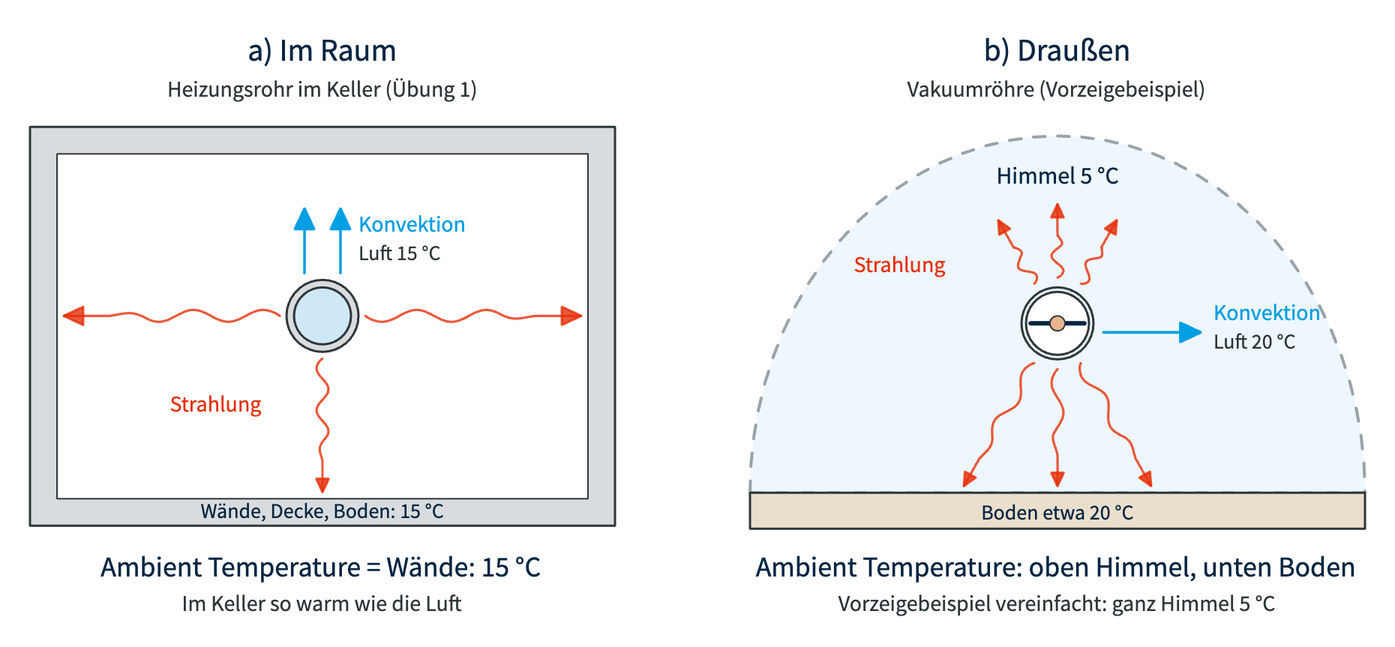
This is docs/P2_Randbedingungen/images/p2_ambient.excalidraw.png from prof-schoenfelder-lab/Thermische-Analyse, a Excalidraw export, as it was before one commit. Source tidied: one line per element, renumbered; positions are measured from the earlier drawing's top-left corner, leaving out a move shared by most shapes.
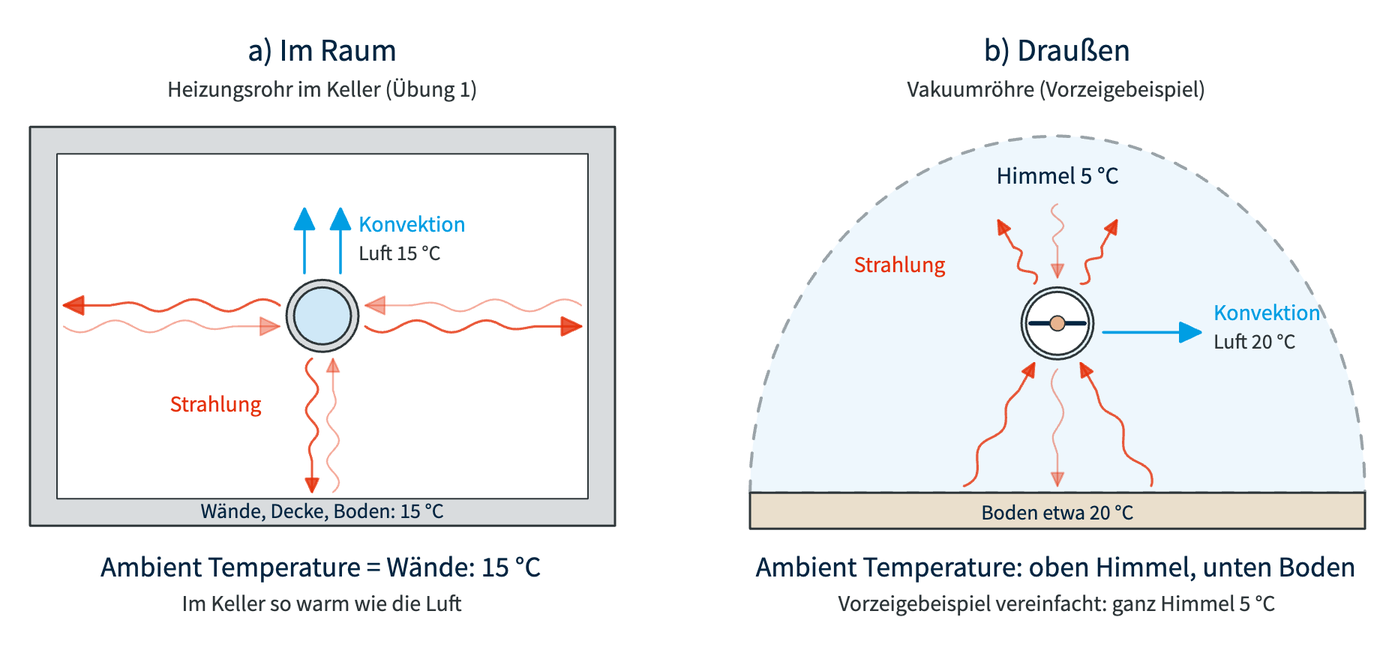
The same diagram one commit later.

What changed in the source:
```diff
@@ -1,39 +1,42 @@
 {"id": 0, "type": "text", "text": "a) Im Raum", "strokeColor": "#022541", "strokeWidth": 2, "roughness": 0, "fontSize": 21, "fontFamily": 4, "x": 145, "y": 0, "width": 100, "height": 26}
 {"id": 1, "type": "text", "text": "Heizungsrohr im Keller (Übung 1)", "strokeColor": "#2E3639", "strokeWidth": 2, "roughness": 0, "fontSize": 15, "fontFamily": 4, "x": 91, "y": 30, "width": 207, "height": 19}
-{"id": 2, "type": "rectangle", "strokeColor": "#2E3639", "backgroundColor": "#d9dcde", "fillStyle": "solid", "strokeWidth": 1.5, "roughness": 0, "x": 0, "y": 65, "width": 390, "height": 266}
-{"id": 3, "type": "rectangle", "strokeColor": "#2E3639", "backgroundColor": "#ffffff", "fillStyle": "solid", "strokeWidth": 1, "roughness": 0, "x": 18, "y": 83, "width": 354, "height": 230}
-{"id": 4, "type": "ellipse", "strokeColor": "#2E3639", "backgroundColor": "#d9dcde", "fillStyle": "solid", "strokeWidth": 1.5, "roughness": 0, "x": 171, "y": 167, "width": 48, "height": 48}
-{"id": 5, "type": "ellipse", "strokeColor": "#2E3639", "backgroundColor": "#cfe8f7", "fillStyle": "solid", "strokeWidth": 1.5, "roughness": 0, "x": 176, "y": 172, "width": 38, "height": 38}
-{"id": 6, "type": "arrow", "strokeColor": "#E53009", "strokeWidth": 1.6, "roughness": 0, "opacity": 80, "endArrowhead": "triangle", "round": true, "x": 166, "y": 191, "width": 145, "height": 8, "points": [[0, 0], [-2, -2], [-5, -3], [-8, -4], [-11, -4], [-14, -4], [-17, -3], [-20, -2], [-23, 0], [-26, 2], [-28, 3], [-31, 4], [-34, 4], [-37, 4], [-40, 3], [-43, 2], [-46, 0], [-49, -2], [-52, -3], [-55, -4], [-58, -4], [-60, -4], [-63, -3], [-66, -2], [-69, 0], [-72, 2], [-75, 3], [-78, 4], [-81, 4], [-84, 4], [-86, 3], [-89, 1], [-92, 0], [-95, -1], [-98, -2], [-101, -2], [-104, -2], [-107, -1], [-110, -1], [-113, 0], [-116, 0], [-144, 0]]}
-{"id": 7, "type": "arrow", "strokeColor": "#E53009", "strokeWidth": 1.6, "roughness": 0, "opacity": 80, "endArrowhead": "triangle", "round": true, "x": 224, "y": 191, "width": 145, "height": 8, "points": [[0, 0], [2, 2], [5, 3], [8, 4], [11, 4], [14, 4], [17, 3], [20, 2], [23, 0], [26, -2], [28, -3], [31, -4], [34, -4], [37, -4], [40, -3], [43, -2], [46, 0], [49, 2], [52, 3], [55, 4], [58, 4], [60, 4], [63, 3], [66, 2], [69, 0], [72, -2], [75, -3], [78, -4], [81, -4], [84, -4], [86, -3], [89, -1], [92, 0], [95, 1], [98, 2], [101, 2], [104, 2], [107, 1], [110, 1], [113, 0], [116, 0], [144, 0]]}
-{"id": 8, "type": "arrow", "strokeColor": "#E53009", "strokeWidth": 1.6, "roughness": 0, "opacity": 80, "endArrowhead": "triangle", "round": true, "x": 195, "y": 219, "width": 8, "height": 90, "points": [[0, 0], [-2, 1], [-3, 3], [-4, 5], [-4, 6], [-4, 8], [-3, 10], [-2, 12], [0, 14], [2, 15], [3, 17], [4, 19], [4, 20], [4, 22], [3, 24], [2, 26], [0, 28], [-2, 29], [-3, 31], [-4, 33], [-4, 34], [-4, 36], [-3, 38], [-2, 40], [0, 42], [2, 43], [3, 45], [4, 47], [4, 48], [4, 50], [3, 52], [1, 54], [0, 56], [-1, 57], [-2, 59], [-2, 61], [-2, 62], [-1, 64], [-1, 66], [0, 68], [0, 70], [0, 89]]}
-{"id": 9, "type": "arrow", "strokeColor": "#009EE3", "strokeWidth": 1.8, "roughness": 0, "endArrowhead": "triangle", "x": 183, "y": 162, "width": 0, "height": 44, "points": [[0, 0], [0, -43]]}
-{"id": 10, "type": "arrow", "strokeColor": "#009EE3", "strokeWidth": 1.8, "roughness": 0, "endArrowhead": "triangle", "x": 207, "y": 162, "width": 0, "height": 44, "points": [[0, 0], [0, -43]]}
-{"id": 11, "type": "text", "text": "Konvektion", "strokeColor": "#009EE3", "strokeWidth": 2, "roughness": 0, "fontSize": 15, "fontFamily": 4, "x": 219, "y": 120, "width": 72, "height": 19}
+{"id": 39, "type": "rectangle", "strokeColor": "#2E3639", "backgroundColor": "#d9dcde", "fillStyle": "solid", "strokeWidth": 1.5, "roughness": 0, "x": 0, "y": 65, "width": 390, "height": 266}
+{"id": 40, "type": "rectangle", "strokeColor": "#2E3639", "backgroundColor": "#ffffff", "fillStyle": "solid", "strokeWidth": 1, "roughness": 0, "x": 18, "y": 83, "width": 354, "height": 230}
+{"id": 41, "type": "ellipse", "strokeColor": "#2E3639", "backgroundColor": "#d9dcde", "fillStyle": "solid", "strokeWidth": 1.5, "roughness": 0, "x": 171, "y": 167, "width": 48, "height": 48}
+{"id": 42, "type": "ellipse", "strokeColor": "#2E3639", "backgroundColor": "#cfe8f7", "fillStyle": "solid", "strokeWidth": 1.5, "roughness": 0, "x": 176, "y": 172, "width": 38, "height": 38}
+{"id": 43, "type": "arrow", "strokeColor": "#E53009", "strokeWidth": 1.6, "roughness": 0, "opacity": 80, "endArrowhead": "triangle", "round": true, "x": 166, "y": 184, "width": 145, "height": 8, "points": [[0, 0], [-2, -2], [-5, -3], [-8, -4], [-11, -4], [-14, -4], [-17, -3], [-20, -2], [-23, 0], [-26, 2], [-28, 3], [-31, 4], [-34, 4], [-37, 4], [-40, 3], [-43, 2], [-46, 0], [-49, -2], [-52, -3], [-55, -4], [-58, -4], [-60, -4], [-63, -3], [-66, -2], [-69, 0], [-72, 2], [-75, 3], [-78, 4], [-81, 4], [-84, 4], [-86, 3], [-89, 1], [-92, 0], [-95, -1], [-98, -2], [-101, -2], [-104, -2], [-107, -1], [-110, -1], [-113, 0], [-116, 0], [-144, 0]]}
+{"id": 44, "type": "arrow", "strokeColor": "#E53009", "strokeWidth": 1.2, "roughness": 0, "opacity": 40, "endArrowhead": "triangle", "round": true, "x": 22, "y": 198, "width": 145, "height": 8, "points": [[0, 0], [2, 2], [5, 3], [8, 4], [11, 4], [14, 4], [17, 3], [20, 2], [23, 0], [26, -2], [28, -3], [31, -4], [34, -4], [37, -4], [40, -3], [43, -2], [46, 0], [49, 2], [52, 3], [55, 4], [58, 4], [60, 4], [63, 3], [66, 2], [69, 0], [72, -2], [75, -3], [78, -4], [81, -4], [84, -4], [86, -3], [89, -1], [92, 0], [95, 1], [98, 2], [101, 2], [104, 2], [107, 1], [110, 1], [113, 0], [116, 0], [144, 0]]}
+{"id": 45, "type": "arrow", "strokeColor": "#E53009", "strokeWidth": 1.6, "roughness": 0, "opacity": 80, "endArrowhead": "triangle", "round": true, "x": 224, "y": 198, "width": 145, "height": 8, "points": [[0, 0], [2, 2], [5, 3], [8, 4], [11, 4], [14, 4], [17, 3], [20, 2], [23, 0], [26, -2], [28, -3], [31, -4], [34, -4], [37, -4], [40, -3], [43, -2], [46, 0], [49, 2], [52, 3], [55, 4], [58, 4], [60, 4], [63, 3], [66, 2], [69, 0], [72, -2], [75, -3], [78, -4], [81, -4], [84, -4], [86, -3], [89, -1], [92, 0], [95, 1], [98, 2], [101, 2], [104, 2], [107, 1], [110, 1], [113, 0], [116, 0], [144, 0]]}
+{"id": 46, "type": "arrow", "strokeColor": "#E53009", "strokeWidth": 1.2, "roughness": 0, "opacity": 40, "endArrowhead": "triangle", "round": true, "x": 368, "y": 184, "width": 145, "height": 8, "points": [[0, 0], [-2, -2], [-5, -3], [-8, -4], [-11, -4], [-14, -4], [-17, -3], [-20, -2], [-23, 0], [-26, 2], [-28, 3], [-31, 4], [-34, 4], [-37, 4], [-40, 3], [-43, 2], [-46, 0], [-49, -2], [-52, -3], [-55, -4], [-58, -4], [-60, -4], [-63, -3], [-66, -2], [-69, 0], [-72, 2], [-75, 3], [-78, 4], [-81, 4], [-84, 4], [-86, 3], [-89, 1], [-92, 0], [-95, -1], [-98, -2], [-101, -2], [-104, -2], [-107, -1], [-110, -1], [-113, 0], [-116, 0], [-144, 0]]}
+{"id": 47, "type": "arrow", "strokeColor": "#E53009", "strokeWidth": 1.6, "roughness": 0, "opacity": 80, "endArrowhead": "triangle", "round": true, "x": 188, "y": 219, "width": 8, "height": 90, "points": [[0, 0], [-2, 1], [-3, 3], [-4, 5], [-4, 6], [-4, 8], [-3, 10], [-2, 12], [0, 14], [2, 15], [3, 17], [4, 19], [4, 20], [4, 22], [3, 24], [2, 26], [0, 28], [-2, 29], [-3, 31], [-4, 33], [-4, 34], [-4, 36], [-3, 38], [-2, 40], [0, 42], [2, 43], [3, 45], [4, 47], [4, 48], [4, 50], [3, 52], [1, 54], [0, 56], [-1, 57], [-2, 59], [-2, 61], [-2, 62], [-1, 64], [-1, 66], [0, 68], [0, 70], [0, 89]]}
+{"id": 48, "type": "arrow", "strokeColor": "#E53009", "strokeWidth": 1.2, "roughness": 0, "opacity": 40, "endArrowhead": "triangle", "round": true, "x": 202, "y": 308, "width": 8, "height": 90, "points": [[0, 0], [2, -1], [3, -3], [4, -5], [4, -6], [4, -8], [3, -10], [2, -12], [0, -14], [-2, -15], [-3, -17], [-4, -19], [-4, -20], [-4, -22], [-3, -24], [-2, -26], [0, -28], [2, -29], [3, -31], [4, -33], [4, -34], [4, -36], [3, -38], [2, -40], [0, -42], [-2, -43], [-3, -45], [-4, -47], [-4, -48], [-4, -50], [-3, -52], [-1, -54], [0, -56], [1, -57], [2, -59], [2, -61], [2, -62], [1, -64], [1, -66], [0, -68], [0, -70], [0, -89]]}
+{"id": 49, "type": "arrow", "strokeColor": "#009EE3", "strokeWidth": 1.8, "roughness": 0, "endArrowhead": "triangle", "x": 183, "y": 162, "width": 0, "height": 44, "points": [[0, 0], [0, -43]]}
+{"id": 50, "type": "arrow", "strokeColor": "#009EE3", "strokeWidth": 1.8, "roughness": 0, "endArrowhead": "triangle", "x": 207, "y": 162, "width": 0, "height": 44, "points": [[0, 0], [0, -43]]}
+{"id": 51, "type": "text", "text": "Konvektion", "strokeColor": "#009EE3", "strokeWidth": 2, "roughness": 0, "fontSize": 15, "fontFamily": 4, "x": 219, "y": 120, "width": 72, "height": 19}
 {"id": 12, "type": "text", "text": "Luft 15 °C", "strokeColor": "#2E3639", "strokeWidth": 2, "roughness": 0, "fontSize": 14, "fontFamily": 4, "x": 219, "y": 140, "width": 55, "height": 18}
-{"id": 13, "type": "text", "text": "Strahlung", "strokeColor": "#E53009", "strokeWidth": 2, "roughness": 0, "fontSize": 15, "fontFamily": 4, "x": 93, "y": 240, "width": 61, "height": 19}
+{"id": 52, "type": "text", "text": "Strahlung", "strokeColor": "#E53009", "strokeWidth": 2, "roughness": 0, "fontSize": 15, "fontFamily": 4, "x": 93, "y": 240, "width": 61, "height": 19}
 {"id": 14, "type": "text", "text": "Wände, Decke, Boden: 15 °C", "strokeColor": "#022541", "strokeWidth": 2, "roughness": 0, "fontSize": 14, "fontFamily": 4, "x": 114, "y": 312, "width": 162, "height": 18}
 {"id": 15, "type": "text", "text": "Ambient Temperature = Wände: 15 °C", "strokeColor": "#022541", "strokeWidth": 2, "roughness": 0, "fontSize": 19, "fontFamily": 4, "x": 47, "y": 346, "width": 293, "height": 24}
 {"id": 16, "type": "text", "text": "Im Keller so warm wie die Luft", "strokeColor": "#2E3639", "strokeWidth": 2, "roughness": 0, "fontSize": 15, "fontFamily": 4, "x": 101, "y": 373, "width": 186, "height": 19}
 {"id": 17, "type": "text", "text": "b) Draußen", "strokeColor": "#022541", "strokeWidth": 2, "roughness": 0, "fontSize": 21, "fontFamily": 4, "x": 636, "y": 0, "width": 98, "height": 26}
 {"id": 18, "type": "text", "text": "Vakuumröhre (Vorzeigebeispiel)", "strokeColor": "#2E3639", "strokeWidth": 2, "roughness": 0, "fontSize": 15, "fontFamily": 4, "x": 585, "y": 30, "width": 199, "height": 19}
-{"id": 19, "type": "line", "strokeColor": "#9aa3a8", "backgroundColor": "#eef7fd", "fillStyle": "solid", "strokeWidth": 1.5, "strokeStyle": "dashed", "roughness": 0, "x": 480, "y": 309, "width": 100, "height": 0, "points": [[0, 0], [1, -19], [3, -37], [6, -56], [10, -74], [16, -91], [22, -108], [30, -124], [39, -140], [49, -155], [60, -168], [72, -181], [85, -193], [98, -203], [112, -212], [127, -220], [142, -226], [157, -231], [173, -235], [189, -237], [205, -238], [221, -237], [237, -235], [253, -231], [268, -226], [283, -220], [298, -212], [312, -203], [325, -193], [338, -181], [350, -168], [361, -155], [371, -140], [380, -124], [388, -108], [394, -91], [400, -74], [404, -56], [407, -37], [409, -19], [410, 0], [0, 0]]}
-{"id": 20, "type": "rectangle", "strokeColor": "#2E3639", "backgroundColor": "#eadfcc", "fillStyle": "solid", "strokeWidth": 1.5, "roughness": 0, "x": 480, "y": 309, "width": 410, "height": 24}
+{"id": 53, "type": "line", "strokeColor": "#9aa3a8", "backgroundColor": "#eef7fd", "fillStyle": "solid", "strokeWidth": 1.5, "strokeStyle": "dashed", "roughness": 0, "x": 480, "y": 309, "width": 100, "height": 0, "points": [[0, 0], [1, -19], [3, -37], [6, -56], [10, -74], [16, -91], [22, -108], [30, -124], [39, -140], [49, -155], [60, -168], [72, -181], [85, -193], [98, -203], [112, -212], [127, -220], [142, -226], [157, -231], [173, -235], [189, -237], [205, -238], [221, -237], [237, -235], [253, -231], [268, -226], [283, -220], [298, -212], [312, -203], [325, -193], [338, -181], [350, -168], [361, -155], [371, -140], [380, -124], [388, -108], [394, -91], [400, -74], [404, -56], [407, -37], [409, -19], [410, 0], [0, 0]]}
+{"id": 54, "type": "rectangle", "strokeColor": "#2E3639", "backgroundColor": "#eadfcc", "fillStyle": "solid", "strokeWidth": 1.5, "roughness": 0, "x": 480, "y": 309, "width": 410, "height": 24}
 {"id": 21, "type": "text", "text": "Himmel 5 °C", "strokeColor": "#022541", "strokeWidth": 2, "roughness": 0, "fontSize": 16, "fontFamily": 4, "x": 644, "y": 87, "width": 82, "height": 20}
 {"id": 22, "type": "text", "text": "Boden etwa 20 °C", "strokeColor": "#022541", "strokeWidth": 2, "roughness": 0, "fontSize": 14, "fontFamily": 4, "x": 634, "y": 313, "width": 102, "height": 18}
-{"id": 23, "type": "ellipse", "strokeColor": "#2E3639", "backgroundColor": "#e6f5fc", "fillStyle": "solid", "strokeWidth": 1.5, "roughness": 0, "x": 661, "y": 172, "width": 48, "height": 48}
-{"id": 24, "type": "ellipse", "strokeColor": "#2E3639", "backgroundColor": "#ffffff", "fillStyle": "solid", "strokeWidth": 1.5, "roughness": 0, "x": 664, "y": 175, "width": 42, "height": 42}
-{"id": 25, "type": "line", "strokeColor": "#022541", "strokeWidth": 3, "roughness": 0, "x": 667, "y": 196, "width": 100, "height": 0, "points": [[0, 0], [36, 0]]}
-{"id": 26, "type": "ellipse", "strokeColor": "#2E3639", "backgroundColor": "#e8b48f", "fillStyle": "solid", "strokeWidth": 1, "roughness": 0, "x": 680, "y": 191, "width": 10, "height": 10}
-{"id": 27, "type": "arrow", "strokeColor": "#E53009", "strokeWidth": 1.6, "roughness": 0, "opacity": 80, "endArrowhead": "triangle", "round": true, "x": 700, "y": 169, "width": 25, "height": 43, "points": [[0, 0], [1, 0], [3, 0], [5, -1], [5, -2], [6, -3], [6, -5], [5, -6], [4, -8], [4, -10], [3, -12], [3, -13], [4, -14], [4, -15], [6, -16], [8, -17], [10, -17], [11, -17], [13, -18], [14, -19], [14, -20], [14, -21], [14, -23], [14, -24], [14, -25], [24, -42]]}
-{"id": 28, "type": "arrow", "strokeColor": "#E53009", "strokeWidth": 1.6, "roughness": 0, "opacity": 80, "endArrowhead": "triangle", "round": true, "x": 685, "y": 165, "width": 8, "height": 50, "points": [[0, 0], [2, -1], [3, -2], [4, -3], [4, -4], [4, -6], [3, -7], [2, -8], [0, -10], [-2, -11], [-3, -12], [-4, -13], [-4, -14], [-4, -16], [-3, -17], [-2, -18], [0, -20], [2, -21], [3, -22], [3, -23], [3, -24], [2, -26], [1, -27], [0, -28], [0, -30], [0, -49]]}
-{"id": 29, "type": "arrow", "strokeColor": "#E53009", "strokeWidth": 1.6, "roughness": 0, "opacity": 80, "endArrowhead": "triangle", "round": true, "x": 670, "y": 169, "width": 26, "height": 43, "points": [[0, 0], [1, -1], [2, -3], [2, -5], [1, -6], [1, -7], [-1, -7], [-3, -8], [-4, -8], [-6, -8], [-8, -9], [-10, -10], [-10, -10], [-11, -12], [-11, -13], [-10, -15], [-10, -17], [-9, -19], [-8, -20], [-9, -22], [-10, -22], [-11, -23], [-12, -24], [-14, -25], [-14, -25], [-24, -42]]}
-{"id": 30, "type": "arrow", "strokeColor": "#E53009", "strokeWidth": 1.6, "roughness": 0, "opacity": 80, "endArrowhead": "triangle", "round": true, "x": 670, "y": 222, "width": 48, "height": 83, "points": [[0, 0], [-2, 1], [-4, 2], [-6, 4], [-8, 6], [-9, 8], [-9, 10], [-9, 13], [-9, 16], [-9, 19], [-9, 21], [-9, 24], [-10, 26], [-12, 28], [-14, 30], [-16, 31], [-18, 32], [-21, 34], [-23, 35], [-25, 37], [-27, 39], [-28, 41], [-28, 43], [-28, 46], [-28, 49], [-28, 51], [-28, 54], [-30, 56], [-31, 58], [-33, 60], [-34, 61], [-36, 63], [-37, 65], [-47, 82]]}
-{"id": 31, "type": "arrow", "strokeColor": "#E53009", "strokeWidth": 1.6, "roughness": 0, "opacity": 80, "endArrowhead": "triangle", "round": true, "x": 685, "y": 226, "width": 8, "height": 79, "points": [[0, 0], [-2, 2], [-3, 4], [-4, 7], [-4, 9], [-4, 12], [-3, 14], [-2, 17], [0, 19], [2, 22], [3, 24], [4, 27], [4, 29], [4, 31], [3, 34], [2, 36], [0, 39], [-2, 41], [-3, 44], [-3, 46], [-3, 49], [-2, 51], [-1, 54], [0, 56], [0, 58], [0, 78]]}
-{"id": 32, "type": "arrow", "strokeColor": "#E53009", "strokeWidth": 1.6, "roughness": 0, "opacity": 80, "endArrowhead": "triangle", "round": true, "x": 700, "y": 222, "width": 48, "height": 83, "points": [[0, 0], [-1, 2], [-1, 5], [0, 8], [1, 10], [2, 12], [4, 13], [6, 15], [9, 16], [11, 17], [14, 19], [16, 20], [17, 22], [18, 24], [19, 27], [19, 30], [18, 32], [18, 35], [18, 38], [19, 40], [20, 43], [21, 44], [23, 46], [25, 47], [28, 49], [30, 50], [32, 52], [34, 54], [34, 56], [35, 58], [36, 61], [36, 63], [37, 65], [47, 82]]}
-{"id": 33, "type": "arrow", "strokeColor": "#009EE3", "strokeWidth": 1.8, "roughness": 0, "endArrowhead": "triangle", "x": 716, "y": 202, "width": 66, "height": 0, "points": [[0, 0], [65, 0]]}
-{"id": 34, "type": "text", "text": "Konvektion", "strokeColor": "#009EE3", "strokeWidth": 2, "roughness": 0, "fontSize": 15, "fontFamily": 4, "x": 789, "y": 179, "width": 72, "height": 19}
+{"id": 55, "type": "ellipse", "strokeColor": "#2E3639", "backgroundColor": "#e6f5fc", "fillStyle": "solid", "strokeWidth": 1.5, "roughness": 0, "x": 661, "y": 172, "width": 48, "height": 48}
+{"id": 56, "type": "ellipse", "strokeColor": "#2E3639", "backgroundColor": "#ffffff", "fillStyle": "solid", "strokeWidth": 1.5, "roughness": 0, "x": 664, "y": 175, "width": 42, "height": 42}
+{"id": 57, "type": "line", "strokeColor": "#022541", "strokeWidth": 3, "roughness": 0, "x": 667, "y": 196, "width": 100, "height": 0, "points": [[0, 0], [36, 0]]}
+{"id": 58, "type": "ellipse", "strokeColor": "#2E3639", "backgroundColor": "#e8b48f", "fillStyle": "solid", "strokeWidth": 1, "roughness": 0, "x": 680, "y": 191, "width": 10, "height": 10}
+{"id": 59, "type": "arrow", "strokeColor": "#E53009", "strokeWidth": 1.6, "roughness": 0, "opacity": 80, "endArrowhead": "triangle", "round": true, "x": 700, "y": 169, "width": 25, "height": 43, "points": [[0, 0], [1, 0], [3, 0], [5, -1], [5, -2], [6, -3], [6, -5], [5, -6], [4, -8], [4, -10], [3, -12], [3, -13], [4, -14], [4, -15], [6, -16], [8, -17], [10, -17], [11, -17], [13, -18], [14, -19], [14, -20], [14, -21], [14, -23], [14, -24], [14, -25], [24, -42]]}
+{"id": 60, "type": "arrow", "strokeColor": "#E53009", "strokeWidth": 1.2, "roughness": 0, "opacity": 40, "endArrowhead": "triangle", "round": true, "x": 685, "y": 116, "width": 8, "height": 50, "points": [[0, 0], [-2, 1], [-3, 2], [-4, 3], [-4, 4], [-4, 6], [-3, 7], [-2, 8], [0, 10], [2, 11], [3, 12], [4, 13], [4, 14], [4, 16], [3, 17], [2, 18], [0, 20], [-2, 21], [-3, 22], [-3, 23], [-3, 24], [-2, 26], [-1, 27], [0, 28], [0, 30], [0, 49]]}
+{"id": 61, "type": "arrow", "strokeColor": "#E53009", "strokeWidth": 1.6, "roughness": 0, "opacity": 80, "endArrowhead": "triangle", "round": true, "x": 670, "y": 169, "width": 26, "height": 43, "points": [[0, 0], [1, -1], [2, -3], [2, -5], [1, -6], [1, -7], [-1, -7], [-3, -8], [-4, -8], [-6, -8], [-8, -9], [-10, -10], [-10, -10], [-11, -12], [-11, -13], [-10, -15], [-10, -17], [-9, -19], [-8, -20], [-9, -22], [-10, -22], [-11, -23], [-12, -24], [-14, -25], [-14, -25], [-24, -42]]}
+{"id": 62, "type": "arrow", "strokeColor": "#E53009", "strokeWidth": 1.6, "roughness": 0, "opacity": 80, "endArrowhead": "triangle", "round": true, "x": 623, "y": 304, "width": 48, "height": 83, "points": [[0, 0], [2, -1], [4, -2], [6, -4], [8, -6], [9, -8], [9, -10], [9, -13], [9, -16], [9, -19], [9, -21], [9, -24], [10, -26], [12, -28], [14, -30], [16, -31], [18, -32], [21, -34], [23, -35], [25, -37], [27, -39], [28, -41], [28, -43], [28, -46], [28, -49], [28, -51], [28, -54], [30, -56], [31, -58], [33, -60], [34, -61], [36, -63], [37, -65], [47, -82]]}
+{"id": 63, "type": "arrow", "strokeColor": "#E53009", "strokeWidth": 1.2, "roughness": 0, "opacity": 40, "endArrowhead": "triangle", "round": true, "x": 685, "y": 226, "width": 8, "height": 79, "points": [[0, 0], [-2, 2], [-3, 4], [-4, 7], [-4, 9], [-4, 12], [-3, 14], [-2, 17], [0, 19], [2, 22], [3, 24], [4, 27], [4, 29], [4, 31], [3, 34], [2, 36], [0, 39], [-2, 41], [-3, 44], [-3, 46], [-3, 49], [-2, 51], [-1, 54], [0, 56], [0, 58], [0, 78]]}
+{"id": 64, "type": "arrow", "strokeColor": "#E53009", "strokeWidth": 1.6, "roughness": 0, "opacity": 80, "endArrowhead": "triangle", "round": true, "x": 747, "y": 304, "width": 48, "height": 83, "points": [[0, 0], [1, -2], [1, -5], [0, -8], [-1, -10], [-2, -12], [-4, -13], [-6, -15], [-9, -16], [-11, -17], [-14, -19], [-16, -20], [-17, -22], [-18, -24], [-19, -27], [-19, -30], [-18, -32], [-18, -35], [-18, -38], [-19, -40], [-20, -43], [-21, -44], [-23, -46], [-25, -47], [-28, -49], [-30, -50], [-32, -52], [-34, -54], [-34, -56], [-35, -58], [-36, -61], [-36, -63], [-37, -65], [-47, -82]]}
+{"id": 65, "type": "arrow", "strokeColor": "#009EE3", "strokeWidth": 1.8, "roughness": 0, "endArrowhead": "triangle", "x": 716, "y": 202, "width": 66, "height": 0, "points": [[0, 0], [65, 0]]}
+{"id": 66, "type": "text", "text": "Konvektion", "strokeColor": "#009EE3", "strokeWidth": 2, "roughness": 0, "fontSize": 15, "fontFamily": 4, "x": 789, "y": 179, "width": 72, "height": 19}
 {"id": 35, "type": "text", "text": "Luft 20 °C", "strokeColor": "#2E3639", "strokeWidth": 2, "roughness": 0, "fontSize": 14, "fontFamily": 4, "x": 789, "y": 199, "width": 55, "height": 18}
-{"id": 36, "type": "text", "text": "Strahlung", "strokeColor": "#E53009", "strokeWidth": 2, "roughness": 0, "fontSize": 15, "fontFamily": 4, "x": 549, "y": 147, "width": 61, "height": 19}
+{"id": 67, "type": "text", "text": "Strahlung", "strokeColor": "#E53009", "strokeWidth": 2, "roughness": 0, "fontSize": 15, "fontFamily": 4, "x": 549, "y": 147, "width": 61, "height": 19}
 {"id": 37, "type": "text", "text": "Ambient Temperature: oben Himmel, unten Boden", "strokeColor": "#022541", "strokeWidth": 2, "roughness": 0, "fontSize": 19, "fontFamily": 4, "x": 484, "y": 346, "width": 400, "height": 24}
 {"id": 38, "type": "text", "text": "Vorzeigebeispiel vereinfacht: ganz Himmel 5 °C", "strokeColor": "#2E3639", "strokeWidth": 2, "roughness": 0, "fontSize": 15, "fontFamily": 4, "x": 539, "y": 373, "width": 291, "height": 19}
```
